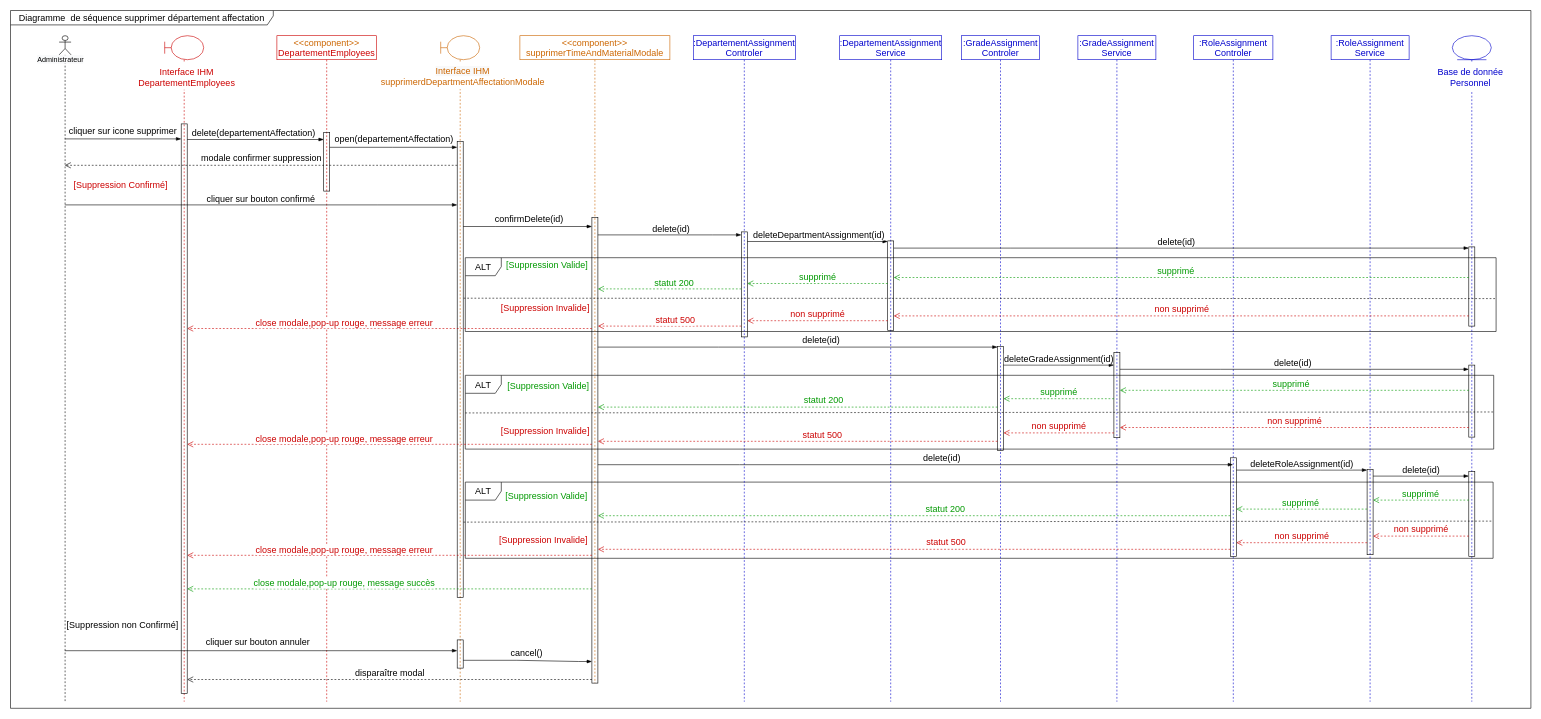
Earlier version of the draw.io diagram Department/DeleteDepartmentResourceDiagrammeSequence.drawio (ZidiMedAmine/UML). Source tidied: cells renumbered, new cells numbered last; positions are measured from the earlier drawing's top-left corner, leaving out a move shared by most shapes. Both pictures are drawn from the tidied source at 60%, with x=0, y=0 at pixel (10, 10).
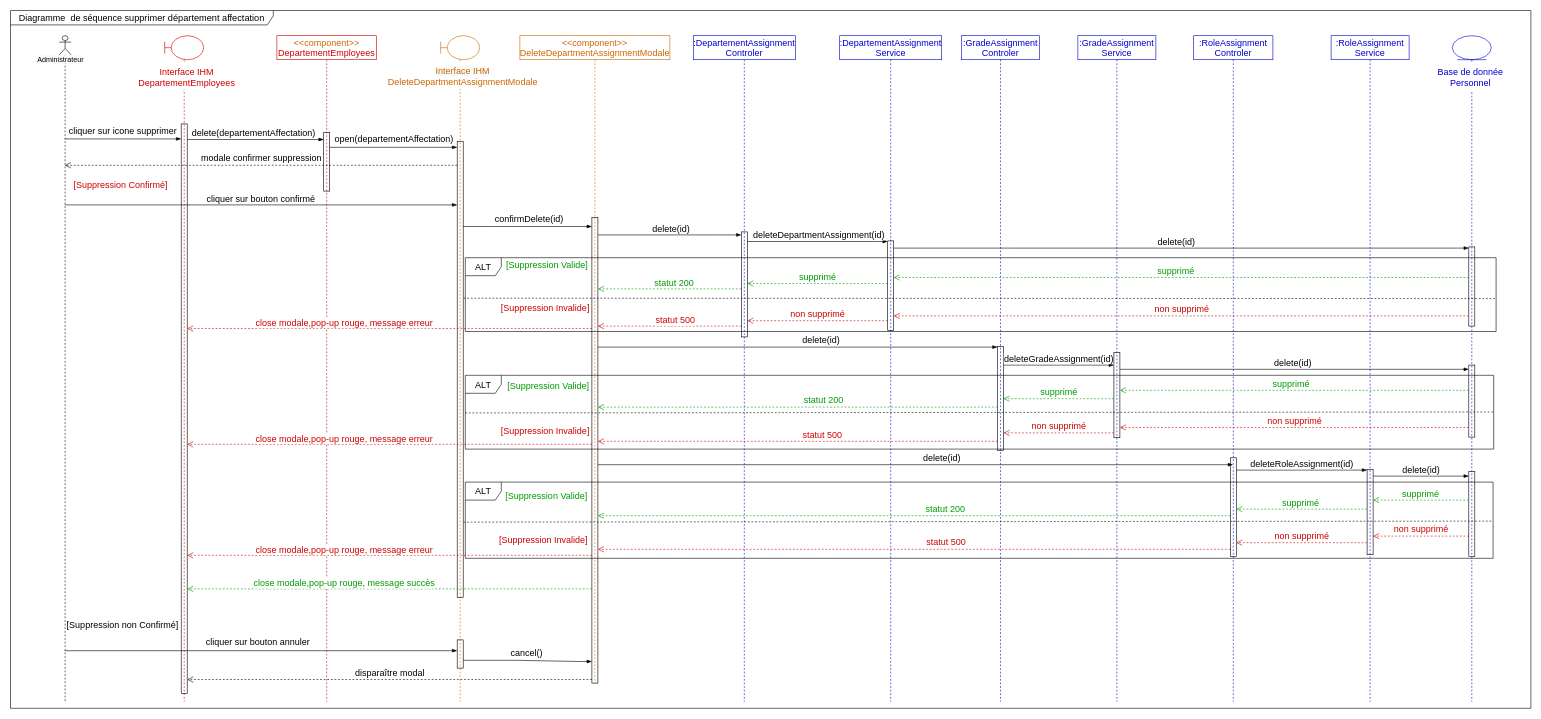
Above is the later version.

Commit message:
Mettre à jour DeleteDepartmentResourceDiagrammeSequence.drawio

Unchanged cells that the change refers to:
```xml
<mxCell id="32" style="shape=umlLifeline;participant=umlBoundary;perimeter=lifelinePerimeter;whiteSpace=wrap;html=1;verticalAlign=top;spacingTop=36;rounded=0;shadow=0;glass=0;sketch=0;fontSize=15;fillColor=none;fontColor=#CC6600;strokeColor=#CC6600;" parent="1" vertex="1">
  <mxGeometry x="717" y="42" width="65" height="1110" as="geometry" />
</mxCell>
```

The edit, as a diff of the source:
```diff
@@
-    <mxCell id="33" value="&lt;span style=&quot;font-family: Helvetica; font-size: 15px; font-style: normal; font-variant-ligatures: normal; font-variant-caps: normal; font-weight: 400; letter-spacing: normal; orphans: 2; text-indent: 0px; text-transform: none; widows: 2; word-spacing: 0px; -webkit-text-stroke-width: 0px; background-color: rgb(248, 249, 250); text-decoration-thickness: initial; text-decoration-style: initial; text-decoration-color: initial; float: none; display: inline !important;&quot;&gt;Interface IHM&lt;/span&gt;&lt;br style=&quot;font-family: Helvetica; font-size: 15px; font-style: normal; font-variant-ligatures: normal; font-variant-caps: normal; font-weight: 400; letter-spacing: normal; orphans: 2; text-indent: 0px; text-transform: none; widows: 2; word-spacing: 0px; -webkit-text-stroke-width: 0px; background-color: rgb(248, 249, 250); text-decoration-thickness: initial; text-decoration-style: initial; text-decoration-color: initial;&quot;&gt;supprimerdDepartmentAffectationModale" style="text;whiteSpace=wrap;html=1;fontSize=15;align=center;fillColor=default;fontColor=#CC6600;" parent="32" vertex="1">
+    <mxCell id="33" value="&lt;span style=&quot;font-family: Helvetica; font-size: 15px; font-style: normal; font-variant-ligatures: normal; font-variant-caps: normal; font-weight: 400; letter-spacing: normal; orphans: 2; text-indent: 0px; text-transform: none; widows: 2; word-spacing: 0px; -webkit-text-stroke-width: 0px; background-color: rgb(248, 249, 250); text-decoration-thickness: initial; text-decoration-style: initial; text-decoration-color: initial; float: none; display: inline !important;&quot;&gt;Interface IHM&lt;/span&gt;&lt;br style=&quot;font-family: Helvetica; font-size: 15px; font-style: normal; font-variant-ligatures: normal; font-variant-caps: normal; font-weight: 400; letter-spacing: normal; orphans: 2; text-indent: 0px; text-transform: none; widows: 2; word-spacing: 0px; -webkit-text-stroke-width: 0px; background-color: rgb(248, 249, 250); text-decoration-thickness: initial; text-decoration-style: initial; text-decoration-color: initial;&quot;&gt;DeleteDepartmentAssignmentModale" style="text;whiteSpace=wrap;html=1;fontSize=15;align=center;fillColor=default;fontColor=#CC6600;" parent="32" vertex="1">
       <mxGeometry x="-24" y="44" width="122" height="45" as="geometry" />
     </mxCell>
@@
-    <mxCell id="36" value="&amp;lt;&amp;lt;component&amp;gt;&amp;gt;&lt;br&gt;supprimerTimeAndMaterialModale" style="shape=umlLifeline;perimeter=lifelinePerimeter;whiteSpace=wrap;html=1;rounded=0;shadow=0;glass=0;sketch=0;fillColor=none;fontSize=15;fontColor=#CC6600;strokeColor=#CC6600;" parent="1" vertex="1">
+    <mxCell id="36" value="&amp;lt;&amp;lt;component&amp;gt;&amp;gt;&lt;br&gt;DeleteDepartmentAssignmentModale" style="shape=umlLifeline;perimeter=lifelinePerimeter;whiteSpace=wrap;html=1;rounded=0;shadow=0;glass=0;sketch=0;fillColor=none;fontSize=15;fontColor=#CC6600;strokeColor=#CC6600;" parent="1" vertex="1">
       <mxGeometry x="849" y="42" width="250" height="1079" as="geometry" />
     </mxCell>
```
